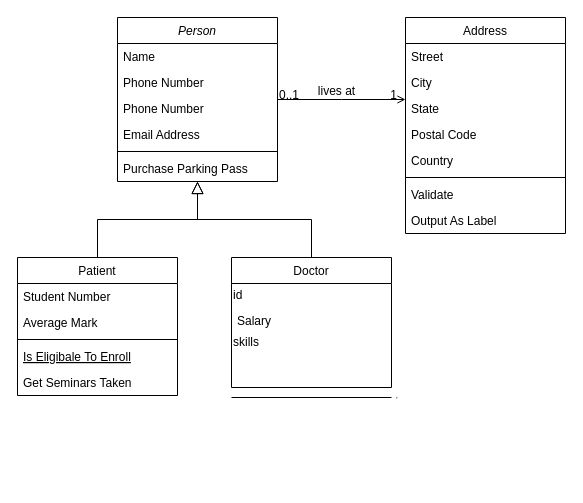
Before: patient.drawio in Igor35c/diagram, a draw.io diagram. Source tidied: cells renumbered, new cells numbered last; positions are measured from the earlier drawing's top-left corner, leaving out a move shared by most shapes. Both pictures are drawn from the tidied source at 100%, with x=0, y=0 at pixel (17, 17).
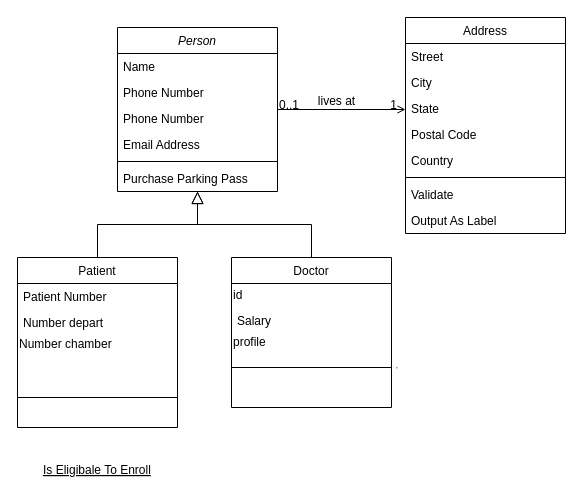
The same page after the edit.

Diff of the diagram source:
```diff
@@
     <mxCell id="2" value="Person" style="swimlane;fontStyle=2;align=center;verticalAlign=top;horizontal=1;startSize=26;rounded=0;shadow=0;strokeWidth=1;" parent="1" vertex="1">
-      <mxGeometry x="100" width="160" height="164" as="geometry" />
+      <mxGeometry x="100" y="10" width="160" height="164" as="geometry" />
     </mxCell>
@@
     <mxCell id="9" value="Patient" style="swimlane;fontStyle=0;align=center;verticalAlign=top;horizontal=1;startSize=26;rounded=0;shadow=0;strokeWidth=1;" parent="1" vertex="1">
-      <mxGeometry y="240" width="160" height="138" as="geometry" />
+      <mxGeometry y="240" width="160" height="170" as="geometry" />
     </mxCell>
-    <mxCell id="10" value="Student Number" style="text;align=left;verticalAlign=top;spacingLeft=4;spacingRight=4;overflow=hidden;" parent="9" vertex="1">
+    <mxCell id="10" value="Patient Number" style="text;align=left;verticalAlign=top;spacingLeft=4;spacingRight=4;overflow=hidden;" parent="9" vertex="1">
       <mxGeometry y="26" width="160" height="26" as="geometry" />
     </mxCell>
-    <mxCell id="11" value="Average Mark" style="text;align=left;verticalAlign=top;spacingLeft=4;spacingRight=4;overflow=hidden;rounded=0;shadow=0;html=0;" parent="9" vertex="1">
+    <mxCell id="11" value="Number depart" style="text;align=left;verticalAlign=top;spacingLeft=4;spacingRight=4;overflow=hidden;rounded=0;shadow=0;html=0;" parent="9" vertex="1">
       <mxGeometry y="52" width="160" height="26" as="geometry" />
     </mxCell>
-    <mxCell id="12" style="line;html=1;strokeWidth=1;align=left;verticalAlign=middle;spacingTop=-1;spacingLeft=3;spacingRight=3;labelPosition=right;" parent="9" vertex="1">
-      <mxGeometry y="78" width="160" height="8" as="geometry" />
-    </mxCell>
-    <mxCell id="13" value="Is Eligibale To Enroll" style="text;align=left;verticalAlign=top;spacingLeft=4;spacingRight=4;overflow=hidden;fontStyle=4;" parent="9" vertex="1">
-      <mxGeometry y="86" width="160" height="26" as="geometry" />
-    </mxCell>
-    <mxCell id="14" value="Get Seminars Taken" style="text;align=left;verticalAlign=top;spacingLeft=4;spacingRight=4;overflow=hidden;" parent="9" vertex="1">
-      <mxGeometry y="112" width="160" height="26" as="geometry" />
-    </mxCell>
+    <mxCell id="35" value="Number chamber" style="text;html=1;strokeColor=none;fillColor=none;align=left;verticalAlign=middle;whiteSpace=wrap;rounded=0;" parent="9" vertex="1">
+      <mxGeometry y="78" width="160" height="18" as="geometry" />
+    </mxCell>
+    <mxCell id="36" style="endArrow=none;html=1;" parent="9" edge="1">
+      <mxGeometry relative="1" as="geometry">
+        <mxPoint y="140" as="sourcePoint" />
+        <mxPoint x="160" y="140" as="targetPoint" />
+      </mxGeometry>
+    </mxCell>
@@
     <mxCell id="16" value="Doctor" style="swimlane;fontStyle=0;align=center;verticalAlign=top;horizontal=1;startSize=26;rounded=0;shadow=0;strokeWidth=1;" parent="1" vertex="1">
-      <mxGeometry x="214" y="240" width="160" height="130" as="geometry" />
+      <mxGeometry x="214" y="240" width="160" height="150" as="geometry" />
     </mxCell>
@@
-    <mxCell id="19" value="skills" style="text;html=1;strokeColor=none;fillColor=none;align=left;verticalAlign=middle;whiteSpace=wrap;rounded=0;" parent="16" vertex="1">
+    <mxCell id="19" value="profile" style="text;html=1;strokeColor=none;fillColor=none;align=left;verticalAlign=middle;whiteSpace=wrap;rounded=0;" parent="16" vertex="1">
       <mxGeometry y="70" width="160" height="30" as="geometry" />
     </mxCell>
+    <mxCell id="34" value="&lt;hr&gt;" style="line;html=1;strokeWidth=1;align=left;verticalAlign=middle;spacingTop=-1;spacingLeft=3;spacingRight=3;labelPosition=right;" parent="16" vertex="1">
+      <mxGeometry y="100" width="160" height="20" as="geometry" />
+    </mxCell>
@@
-    <mxCell id="34" value="&lt;hr&gt;" style="line;html=1;strokeWidth=1;align=left;verticalAlign=middle;spacingTop=-1;spacingLeft=3;spacingRight=3;labelPosition=right;" parent="1" vertex="1">
-      <mxGeometry x="214" y="370" width="160" height="20" as="geometry" />
-    </mxCell>
+    <mxCell id="13" value="Is Eligibale To Enroll" style="text;align=left;verticalAlign=top;spacingLeft=4;spacingRight=4;overflow=hidden;fontStyle=4;" parent="1" vertex="1">
+      <mxGeometry x="20" y="439" width="160" height="26" as="geometry" />
+    </mxCell>
```
